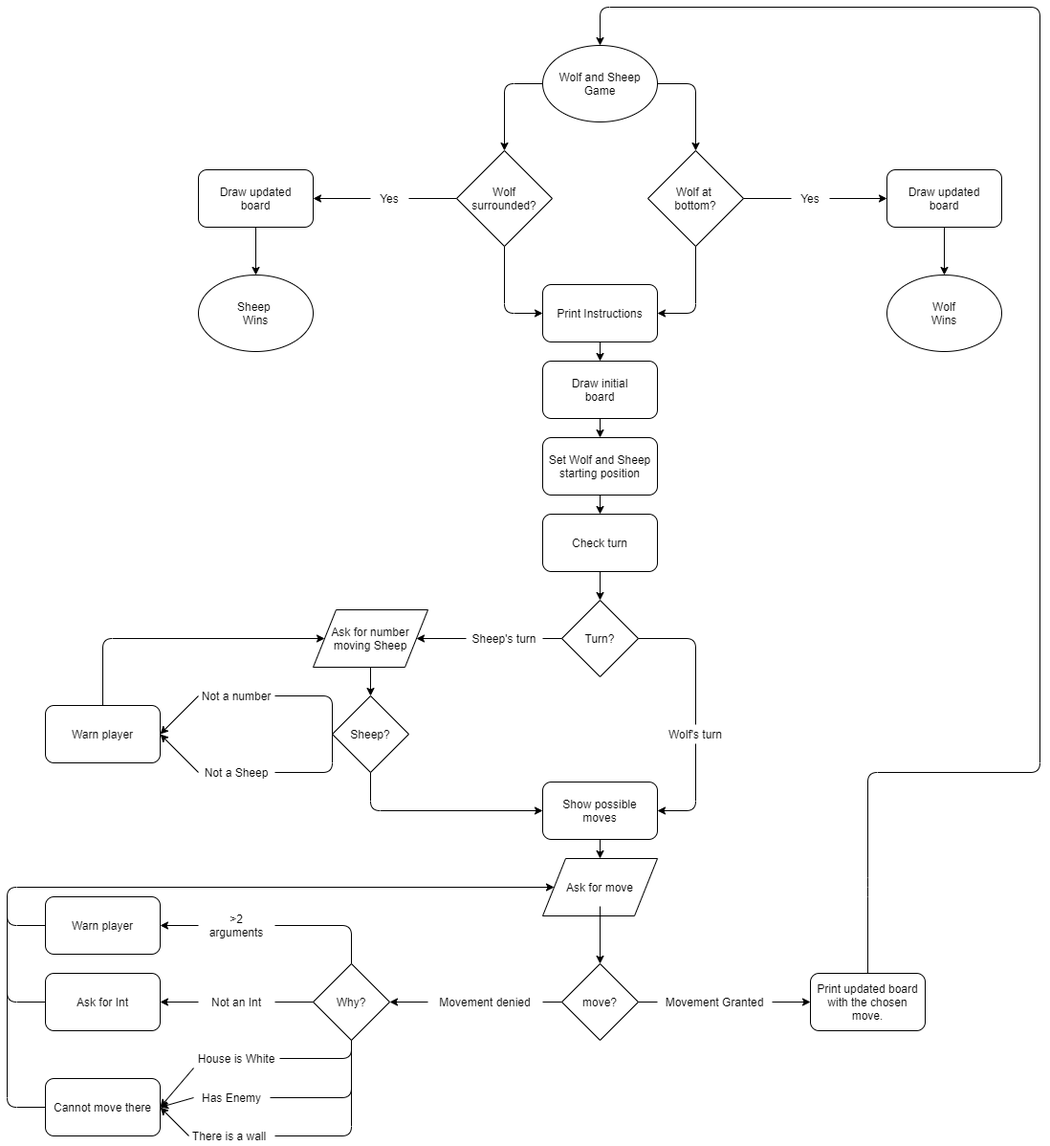
Above: Images/Flowchart.png in AnaSPCarvalho/Project-1---Wolf-and-Sheep (draw.io), before the change. Source tidied: cells renumbered, new cells last; positions are measured from the earlier drawing's top-left corner, leaving out a move shared by most shapes.
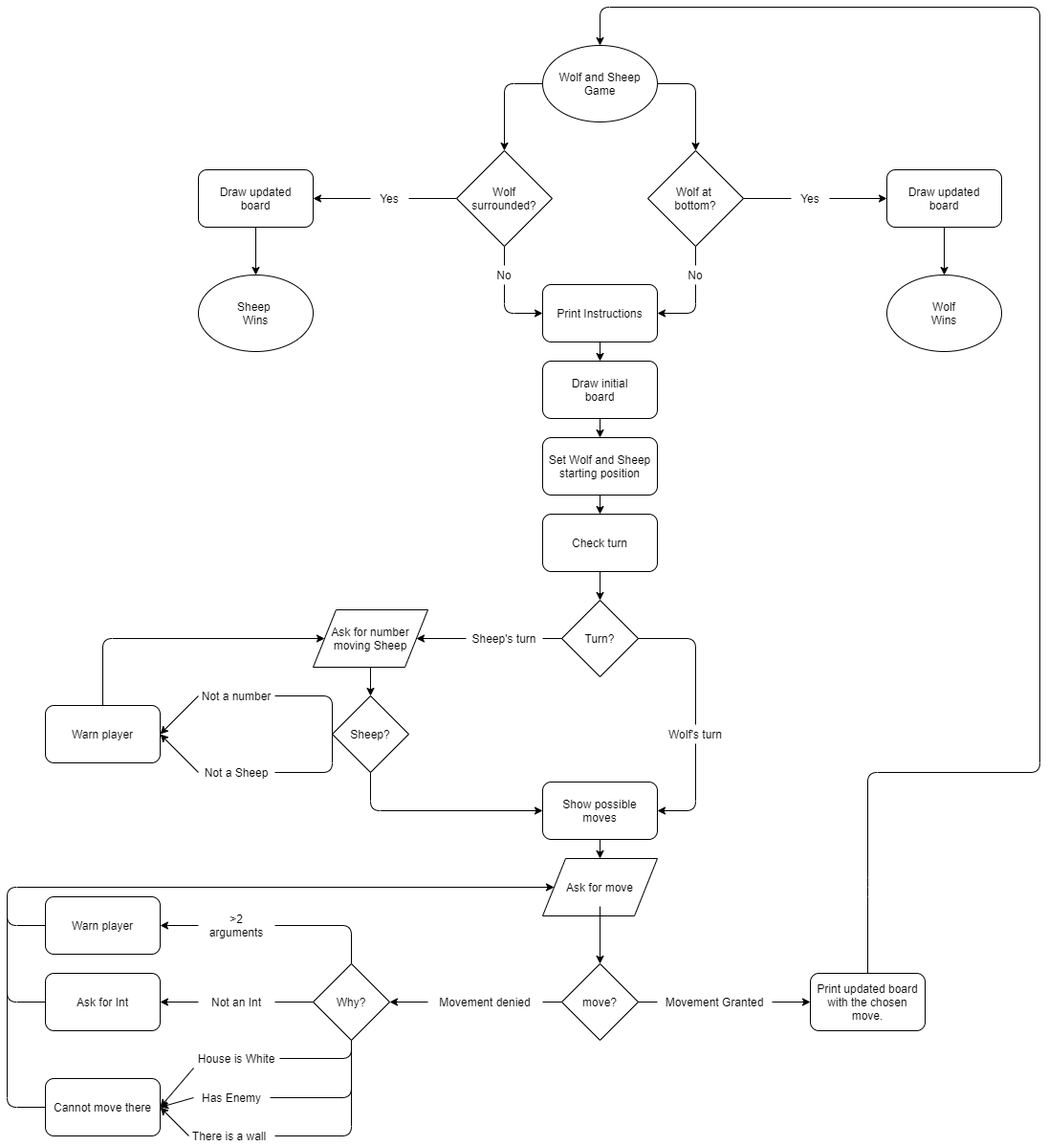
After the commit.

Commit message:
Corrected flowchart

What changed in the source:
```diff
@@ -54,14 +54,14 @@
         </Array>
       </mxGeometry>
     </mxCell>
-    <mxCell id="16" style="endArrow=classic;html=1;exitX=0.5;exitY=1;exitDx=0;exitDy=0;entryX=0;entryY=0.5;entryDx=0;entryDy=0;" parent="1" edge="1" source="6" target="9">
+    <mxCell id="16" style="endArrow=classic;html=1;entryX=0;entryY=0.5;entryDx=0;entryDy=0;exitX=0.5;exitY=1;exitDx=0;exitDy=0;" parent="1" edge="1" source="84" target="9">
       <mxGeometry relative="1" as="geometry">
         <Array as="points">
           <mxPoint x="520" y="320" />
         </Array>
       </mxGeometry>
     </mxCell>
-    <mxCell id="17" style="endArrow=classic;html=1;exitX=0.5;exitY=1;exitDx=0;exitDy=0;entryX=1;entryY=0.5;entryDx=0;entryDy=0;" parent="1" edge="1" source="7" target="9">
+    <mxCell id="17" style="endArrow=classic;html=1;entryX=1;entryY=0.5;entryDx=0;entryDy=0;exitX=0.5;exitY=1;exitDx=0;exitDy=0;" parent="1" edge="1" source="85" target="9">
       <mxGeometry relative="1" as="geometry">
         <Array as="points">
           <mxPoint x="720" y="320" />
@@ -341,5 +341,17 @@
         </Array>
       </mxGeometry>
     </mxCell>
+    <mxCell id="84" value="No" style="text;html=1;strokeColor=none;fillColor=none;align=center;verticalAlign=middle;whiteSpace=wrap;rounded=0;" parent="1" vertex="1">
+      <mxGeometry x="500" y="270" width="40" height="20" as="geometry" />
+    </mxCell>
+    <mxCell id="85" value="No" style="text;html=1;strokeColor=none;fillColor=none;align=center;verticalAlign=middle;whiteSpace=wrap;rounded=0;" parent="1" vertex="1">
+      <mxGeometry x="700" y="270" width="40" height="20" as="geometry" />
+    </mxCell>
+    <mxCell id="86" style="endArrow=none;html=1;entryX=0.5;entryY=0;entryDx=0;entryDy=0;exitX=0.5;exitY=1;exitDx=0;exitDy=0;" parent="1" edge="1" source="6" target="84">
+      <mxGeometry relative="1" as="geometry" />
+    </mxCell>
+    <mxCell id="87" style="endArrow=none;html=1;entryX=0.5;entryY=1;entryDx=0;entryDy=0;exitX=0.5;exitY=0;exitDx=0;exitDy=0;" parent="1" edge="1" source="85" target="7">
+      <mxGeometry relative="1" as="geometry" />
+    </mxCell>
   </root>
 </mxGraphModel>
```
